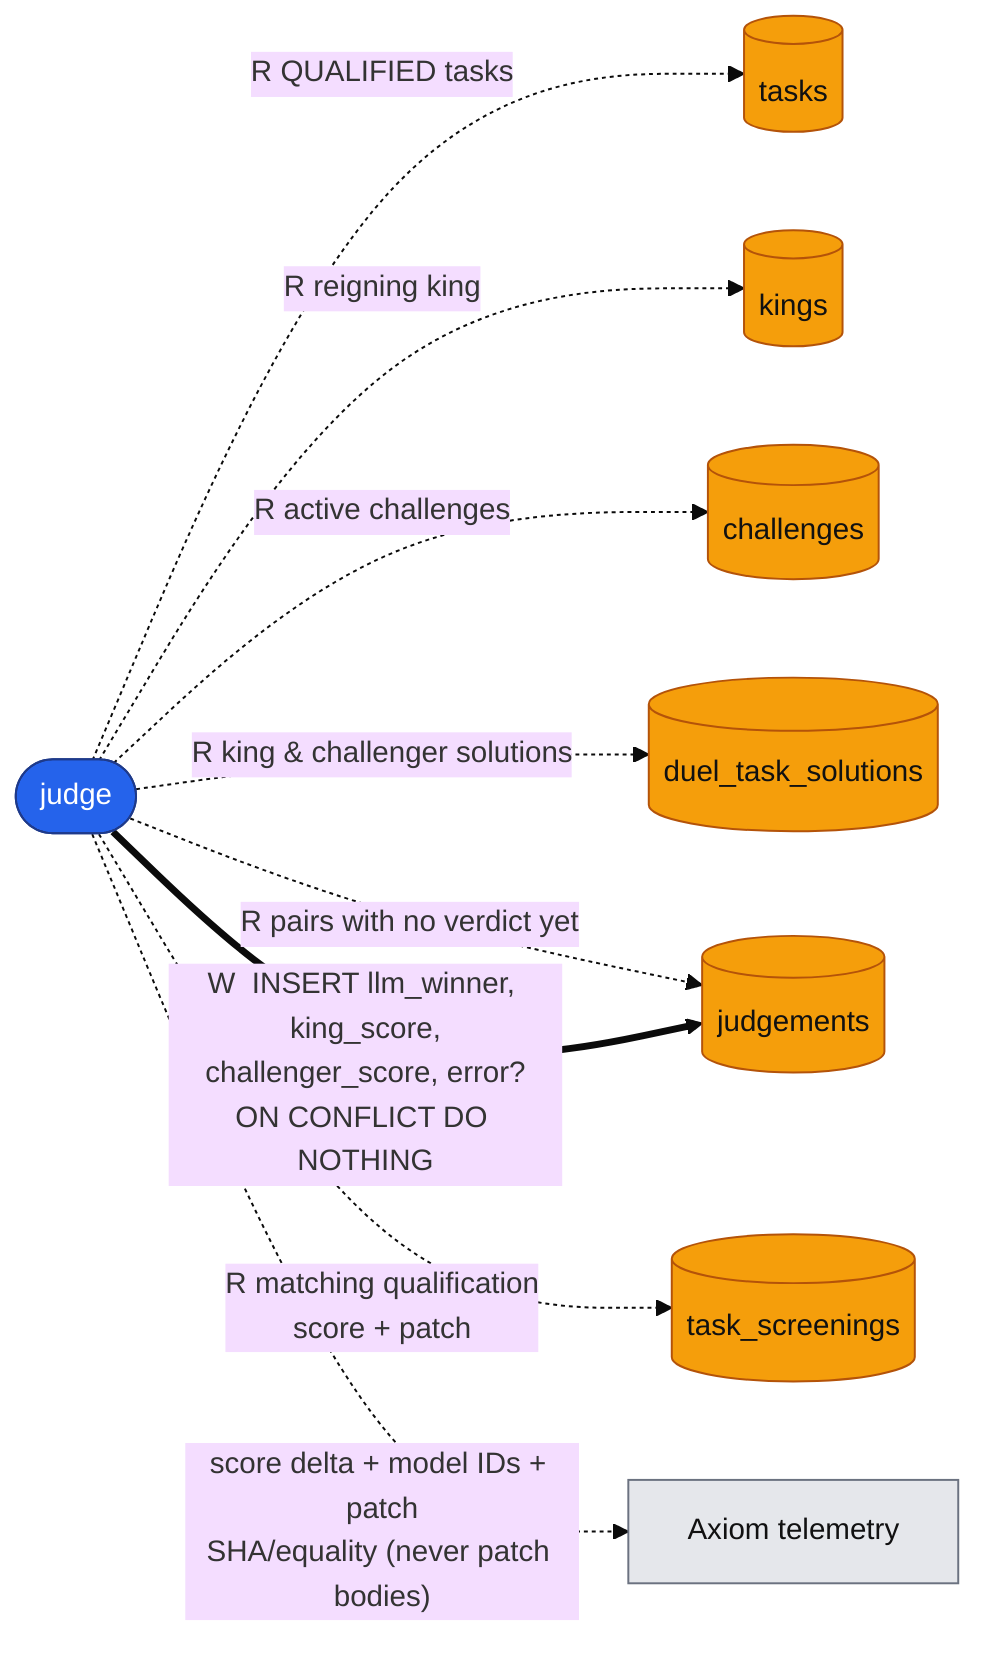
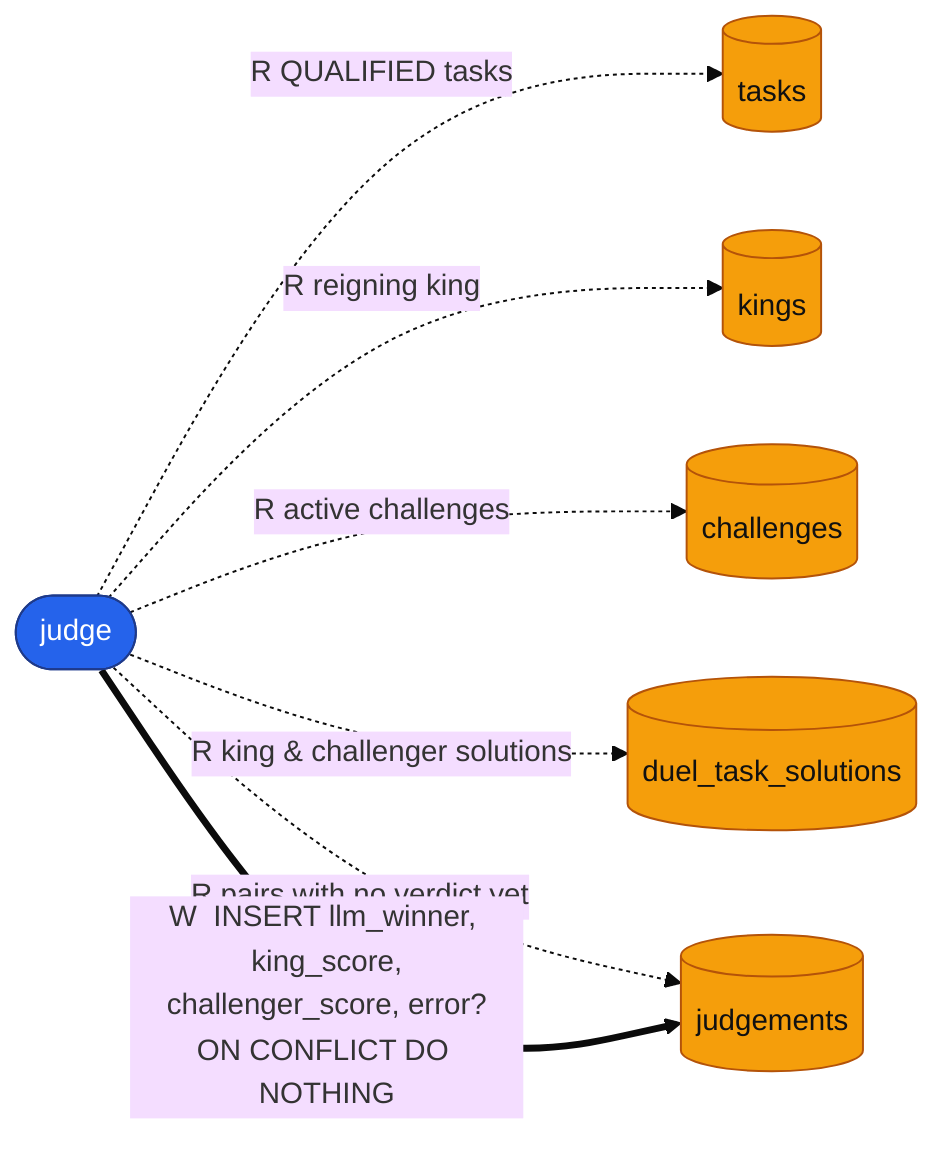
%%{init: {"theme": "base", "themeVariables": {"fontSize": "15px"}}}%%
flowchart LR
    jd(["judge"])
    tasks[("tasks")]
    kings[("kings")]
    chal[("challenges")]
    tsol[("duel_task_solutions")]
-     screen[("task_screenings")]
    judg[("judgements")]
-     axiom["Axiom telemetry"]

    jd -. "R  QUALIFIED tasks" .-> tasks
    jd -. "R  reigning king" .-> kings
    jd -. "R  active challenges" .-> chal
    jd -. "R  king &amp; challenger solutions" .-> tsol
    jd -. "R  pairs with no verdict yet" .-> judg
-     jd -. "R  matching qualification<br/>score + patch" .-> screen
    jd == "W  INSERT llm_winner, king_score,<br/>challenger_score, error?<br/>ON CONFLICT DO NOTHING" ==> judg
-     jd -. "score delta + model IDs + patch<br/>SHA/equality (never patch bodies)" .-> axiom

    classDef worker fill:#2563eb,stroke:#1e3a8a,color:#fff;
    classDef store fill:#f59e0b,stroke:#b45309,color:#111;
-     classDef ext fill:#e5e7eb,stroke:#6b7280,color:#111;
    class jd worker;
-     class tasks,kings,chal,tsol,screen,judg store;
-     class axiom ext;
+     class tasks,kings,chal,tsol,judg store;
